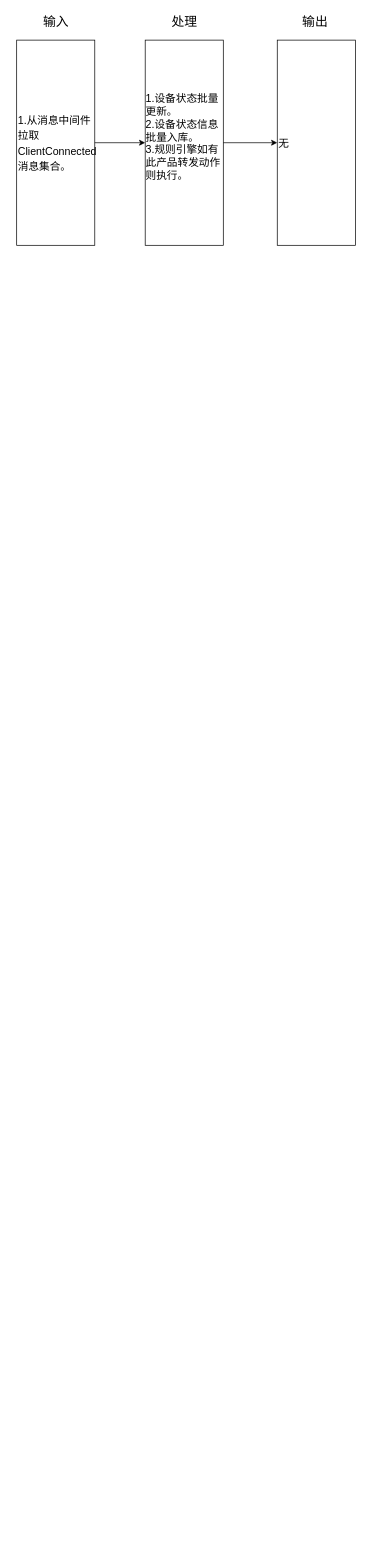
wjwzero/DesignDrawing- keeps this draw.io diagram as WebHookIPO.drawio. Above is the earlier version. Source tidied: cells renumbered, new cells numbered last; positions are measured from the earlier drawing's top-left corner, leaving out a move shared by most shapes. Both pictures are drawn from the tidied source at 71%, with x=0, y=0 at pixel (16, 12).
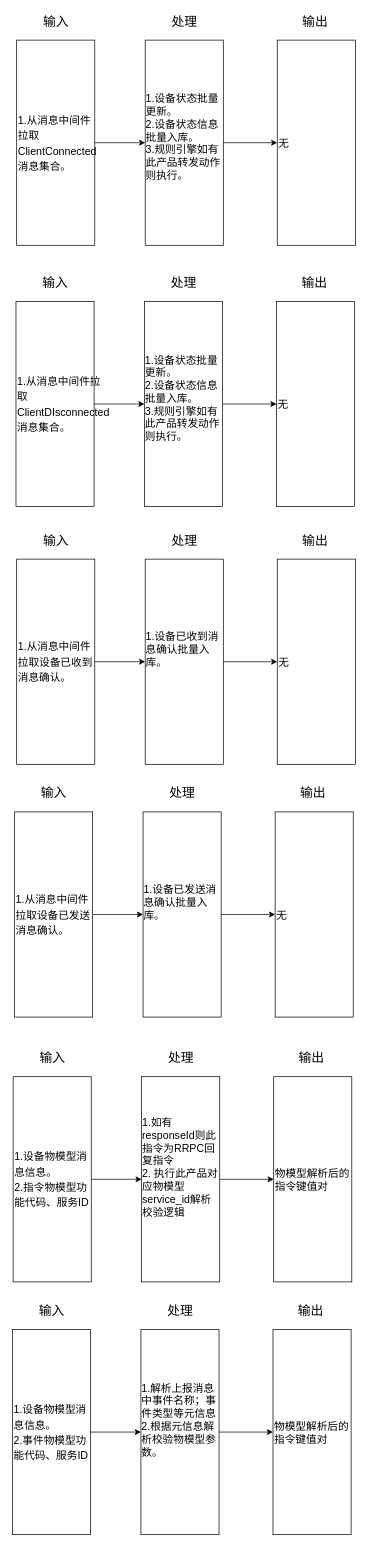
Above is the later version.

Diff of the diagram source:
```diff
@@
+    <mxCell id="14" style="group;" parent="1" vertex="1">
+      <mxGeometry x="-1" y="368" width="477" height="328" as="geometry" />
+    </mxCell>
+    <mxCell id="15" style="group;" parent="14" vertex="1">
+      <mxGeometry x="367" width="110" height="328" as="geometry" />
+    </mxCell>
+    <mxCell id="16" value="无" style="rounded=0;whiteSpace=wrap;html=1;fontSize=15;align=left;" parent="15" vertex="1">
+      <mxGeometry y="39" width="110" height="289" as="geometry" />
+    </mxCell>
+    <mxCell id="17" value="输出" style="text;html=1;align=center;verticalAlign=middle;fontSize=18;" parent="15" vertex="1">
+      <mxGeometry x="30" width="46" height="26" as="geometry" />
+    </mxCell>
+    <mxCell id="18" style="group;" parent="14" vertex="1">
+      <mxGeometry x="181" width="110" height="328" as="geometry" />
+    </mxCell>
+    <mxCell id="19" value="&lt;div style=&quot;text-align: left&quot;&gt;1.设备状态批量更新。&lt;br&gt;2.设备状态信息批量入库。&lt;/div&gt;&lt;div style=&quot;text-align: left&quot;&gt;3.规则引擎如有此产品转发动作则执行。&lt;/div&gt;&lt;div style=&quot;text-align: left&quot;&gt;&lt;br&gt;&lt;/div&gt;" style="rounded=0;whiteSpace=wrap;html=1;fontSize=15;" parent="18" vertex="1">
+      <mxGeometry y="39" width="110" height="289" as="geometry" />
+    </mxCell>
+    <mxCell id="20" value="处理" style="text;html=1;align=center;verticalAlign=middle;fontSize=18;" parent="18" vertex="1">
+      <mxGeometry x="32" width="46" height="26" as="geometry" />
+    </mxCell>
+    <mxCell id="21" style="group;" parent="14" vertex="1">
+      <mxGeometry width="110" height="328" as="geometry" />
+    </mxCell>
+    <mxCell id="22" value="&lt;font style=&quot;font-size: 15px&quot;&gt;1.从消息中间件拉取ClientDIsconnected消息集合。&lt;br&gt;&lt;/font&gt;" style="rounded=0;whiteSpace=wrap;html=1;fontSize=18;align=left;" parent="21" vertex="1">
+      <mxGeometry y="39" width="110" height="289" as="geometry" />
+    </mxCell>
+    <mxCell id="23" value="输入" style="text;html=1;align=center;verticalAlign=middle;fontSize=18;" parent="21" vertex="1">
+      <mxGeometry x="32" width="46" height="26" as="geometry" />
+    </mxCell>
+    <mxCell id="24" style="endArrow=classic;html=1;fontSize=18;exitX=1;exitY=0.5;exitDx=0;exitDy=0;" parent="14" edge="1" source="22" target="19">
+      <mxGeometry relative="1" as="geometry" />
+    </mxCell>
+    <mxCell id="25" style="edgeStyle=orthogonalEdgeStyle;rounded=0;jettySize=auto;html=1;exitX=1;exitY=0.5;exitDx=0;exitDy=0;entryX=0;entryY=0.5;entryDx=0;entryDy=0;endArrow=classic;endFill=1;fontSize=18;" parent="14" edge="1" source="19" target="16">
+      <mxGeometry relative="1" as="geometry" />
+    </mxCell>
+    <mxCell id="26" style="group;" parent="1" vertex="1">
+      <mxGeometry y="731" width="477" height="328" as="geometry" />
+    </mxCell>
+    <mxCell id="27" style="group;" parent="26" vertex="1">
+      <mxGeometry x="367" width="110" height="328" as="geometry" />
+    </mxCell>
+    <mxCell id="28" value="无" style="rounded=0;whiteSpace=wrap;html=1;fontSize=15;align=left;" parent="27" vertex="1">
+      <mxGeometry y="39" width="110" height="289" as="geometry" />
+    </mxCell>
+    <mxCell id="29" value="输出" style="text;html=1;align=center;verticalAlign=middle;fontSize=18;" parent="27" vertex="1">
+      <mxGeometry x="30" width="46" height="26" as="geometry" />
+    </mxCell>
+    <mxCell id="30" style="group;" parent="26" vertex="1">
+      <mxGeometry x="181" width="110" height="328" as="geometry" />
+    </mxCell>
+    <mxCell id="31" value="&lt;div style=&quot;text-align: left&quot;&gt;1.设备已收到消息确认批量入库。&lt;/div&gt;&lt;div style=&quot;text-align: left&quot;&gt;&lt;br&gt;&lt;/div&gt;&lt;div style=&quot;text-align: left&quot;&gt;&lt;br&gt;&lt;/div&gt;" style="rounded=0;whiteSpace=wrap;html=1;fontSize=15;" parent="30" vertex="1">
+      <mxGeometry y="39" width="110" height="289" as="geometry" />
+    </mxCell>
+    <mxCell id="32" value="处理" style="text;html=1;align=center;verticalAlign=middle;fontSize=18;" parent="30" vertex="1">
+      <mxGeometry x="32" width="46" height="26" as="geometry" />
+    </mxCell>
+    <mxCell id="33" style="group;" parent="26" vertex="1">
+      <mxGeometry width="110" height="328" as="geometry" />
+    </mxCell>
+    <mxCell id="34" value="&lt;font style=&quot;font-size: 15px&quot;&gt;1.从消息中间件拉取设备已收到消息确认。&lt;br&gt;&lt;/font&gt;" style="rounded=0;whiteSpace=wrap;html=1;fontSize=18;align=left;" parent="33" vertex="1">
+      <mxGeometry y="39" width="110" height="289" as="geometry" />
+    </mxCell>
+    <mxCell id="35" value="输入" style="text;html=1;align=center;verticalAlign=middle;fontSize=18;" parent="33" vertex="1">
+      <mxGeometry x="32" width="46" height="26" as="geometry" />
+    </mxCell>
+    <mxCell id="36" style="endArrow=classic;html=1;fontSize=18;exitX=1;exitY=0.5;exitDx=0;exitDy=0;" parent="26" edge="1" source="34" target="31">
+      <mxGeometry relative="1" as="geometry" />
+    </mxCell>
+    <mxCell id="37" style="edgeStyle=orthogonalEdgeStyle;rounded=0;jettySize=auto;html=1;exitX=1;exitY=0.5;exitDx=0;exitDy=0;entryX=0;entryY=0.5;entryDx=0;entryDy=0;endArrow=classic;endFill=1;fontSize=18;" parent="26" edge="1" source="31" target="28">
+      <mxGeometry relative="1" as="geometry" />
+    </mxCell>
+    <mxCell id="38" style="group;" parent="1" vertex="1">
+      <mxGeometry x="-3" y="1087" width="477" height="328" as="geometry" />
+    </mxCell>
+    <mxCell id="39" style="group;" parent="38" vertex="1">
+      <mxGeometry x="367" width="110" height="328" as="geometry" />
+    </mxCell>
+    <mxCell id="40" value="无" style="rounded=0;whiteSpace=wrap;html=1;fontSize=15;align=left;" parent="39" vertex="1">
+      <mxGeometry y="39" width="110" height="289" as="geometry" />
+    </mxCell>
+    <mxCell id="41" value="输出" style="text;html=1;align=center;verticalAlign=middle;fontSize=18;" parent="39" vertex="1">
+      <mxGeometry x="30" width="46" height="26" as="geometry" />
+    </mxCell>
+    <mxCell id="42" style="group;" parent="38" vertex="1">
+      <mxGeometry x="181" width="110" height="328" as="geometry" />
+    </mxCell>
+    <mxCell id="43" value="&lt;div style=&quot;text-align: left&quot;&gt;1.设备已发送消息确认批量入库。&lt;/div&gt;&lt;div style=&quot;text-align: left&quot;&gt;&lt;br&gt;&lt;/div&gt;&lt;div style=&quot;text-align: left&quot;&gt;&lt;br&gt;&lt;/div&gt;" style="rounded=0;whiteSpace=wrap;html=1;fontSize=15;" parent="42" vertex="1">
+      <mxGeometry y="39" width="110" height="289" as="geometry" />
+    </mxCell>
+    <mxCell id="44" value="处理" style="text;html=1;align=center;verticalAlign=middle;fontSize=18;" parent="42" vertex="1">
+      <mxGeometry x="32" width="46" height="26" as="geometry" />
+    </mxCell>
+    <mxCell id="45" style="group;" parent="38" vertex="1">
+      <mxGeometry width="110" height="328" as="geometry" />
+    </mxCell>
+    <mxCell id="46" value="&lt;font style=&quot;font-size: 15px&quot;&gt;1.从消息中间件拉取设备已发送消息确认。&lt;br&gt;&lt;/font&gt;" style="rounded=0;whiteSpace=wrap;html=1;fontSize=18;align=left;" parent="45" vertex="1">
+      <mxGeometry y="39" width="110" height="289" as="geometry" />
+    </mxCell>
+    <mxCell id="47" value="输入" style="text;html=1;align=center;verticalAlign=middle;fontSize=18;" parent="45" vertex="1">
+      <mxGeometry x="32" width="46" height="26" as="geometry" />
+    </mxCell>
+    <mxCell id="48" style="endArrow=classic;html=1;fontSize=18;exitX=1;exitY=0.5;exitDx=0;exitDy=0;" parent="38" edge="1" source="46" target="43">
+      <mxGeometry relative="1" as="geometry" />
+    </mxCell>
+    <mxCell id="49" style="edgeStyle=orthogonalEdgeStyle;rounded=0;jettySize=auto;html=1;exitX=1;exitY=0.5;exitDx=0;exitDy=0;entryX=0;entryY=0.5;entryDx=0;entryDy=0;endArrow=classic;endFill=1;fontSize=18;" parent="38" edge="1" source="43" target="40">
+      <mxGeometry relative="1" as="geometry" />
+    </mxCell>
+    <mxCell id="50" style="group;" parent="1" vertex="1">
+      <mxGeometry x="-5" y="1460" width="477" height="328" as="geometry" />
+    </mxCell>
+    <mxCell id="51" style="group;" parent="50" vertex="1">
+      <mxGeometry x="367" width="110" height="328" as="geometry" />
+    </mxCell>
+    <mxCell id="52" value="物模型解析后的指令键值对" style="rounded=0;whiteSpace=wrap;html=1;fontSize=15;align=left;" parent="51" vertex="1">
+      <mxGeometry y="39" width="110" height="289" as="geometry" />
+    </mxCell>
+    <mxCell id="53" value="输出" style="text;html=1;align=center;verticalAlign=middle;fontSize=18;" parent="51" vertex="1">
+      <mxGeometry x="30" width="46" height="26" as="geometry" />
+    </mxCell>
+    <mxCell id="54" style="group;" parent="50" vertex="1">
+      <mxGeometry x="181" width="110" height="328" as="geometry" />
+    </mxCell>
+    <mxCell id="55" value="&lt;div style=&quot;text-align: left&quot;&gt;1.如有responseId则此指令为RRPC回复指令&lt;/div&gt;&lt;div style=&quot;text-align: left&quot;&gt;2. 执行此产品对应物模型service_id解析校验逻辑&lt;/div&gt;&lt;div style=&quot;text-align: left&quot;&gt;&lt;br&gt;&lt;/div&gt;&lt;div style=&quot;text-align: left&quot;&gt;&lt;br&gt;&lt;/div&gt;" style="rounded=0;whiteSpace=wrap;html=1;fontSize=15;" parent="54" vertex="1">
+      <mxGeometry y="39" width="110" height="289" as="geometry" />
+    </mxCell>
+    <mxCell id="56" value="处理" style="text;html=1;align=center;verticalAlign=middle;fontSize=18;" parent="54" vertex="1">
+      <mxGeometry x="32" width="46" height="26" as="geometry" />
+    </mxCell>
+    <mxCell id="57" style="group;" parent="50" vertex="1">
+      <mxGeometry width="110" height="328" as="geometry" />
+    </mxCell>
+    <mxCell id="58" value="&lt;font style=&quot;font-size: 15px&quot;&gt;1.设备物模型消息信息。&lt;br&gt;2.指令物模型功能代码、服务ID&lt;br&gt;&lt;/font&gt;" style="rounded=0;whiteSpace=wrap;html=1;fontSize=18;align=left;" parent="57" vertex="1">
+      <mxGeometry y="39" width="110" height="289" as="geometry" />
+    </mxCell>
+    <mxCell id="59" value="输入" style="text;html=1;align=center;verticalAlign=middle;fontSize=18;" parent="57" vertex="1">
+      <mxGeometry x="32" width="46" height="26" as="geometry" />
+    </mxCell>
+    <mxCell id="60" style="endArrow=classic;html=1;fontSize=18;exitX=1;exitY=0.5;exitDx=0;exitDy=0;" parent="50" edge="1" source="58" target="55">
+      <mxGeometry relative="1" as="geometry" />
+    </mxCell>
+    <mxCell id="61" style="edgeStyle=orthogonalEdgeStyle;rounded=0;jettySize=auto;html=1;exitX=1;exitY=0.5;exitDx=0;exitDy=0;entryX=0;entryY=0.5;entryDx=0;entryDy=0;endArrow=classic;endFill=1;fontSize=18;" parent="50" edge="1" source="55" target="52">
+      <mxGeometry relative="1" as="geometry" />
+    </mxCell>
+    <mxCell id="62" style="group;" parent="1" vertex="1">
+      <mxGeometry x="-6" y="1816" width="477" height="328" as="geometry" />
+    </mxCell>
+    <mxCell id="63" style="group;" parent="62" vertex="1">
+      <mxGeometry x="367" width="110" height="328" as="geometry" />
+    </mxCell>
+    <mxCell id="64" value="物模型解析后的指令键值对" style="rounded=0;whiteSpace=wrap;html=1;fontSize=15;align=left;" parent="63" vertex="1">
+      <mxGeometry y="39" width="110" height="289" as="geometry" />
+    </mxCell>
+    <mxCell id="65" value="输出" style="text;html=1;align=center;verticalAlign=middle;fontSize=18;" parent="63" vertex="1">
+      <mxGeometry x="30" width="46" height="26" as="geometry" />
+    </mxCell>
+    <mxCell id="66" style="group;" parent="62" vertex="1">
+      <mxGeometry x="181" width="110" height="328" as="geometry" />
+    </mxCell>
+    <mxCell id="67" value="&lt;div style=&quot;text-align: left&quot;&gt;1.解析上报消息中事件名称；事件类型等元信息&lt;/div&gt;&lt;div style=&quot;text-align: left&quot;&gt;2.根据元信息解析校验物模型参数。&lt;/div&gt;&lt;div style=&quot;text-align: left&quot;&gt;&lt;br&gt;&lt;/div&gt;&lt;div style=&quot;text-align: left&quot;&gt;&lt;br&gt;&lt;/div&gt;" style="rounded=0;whiteSpace=wrap;html=1;fontSize=15;" parent="66" vertex="1">
+      <mxGeometry y="39" width="110" height="289" as="geometry" />
+    </mxCell>
+    <mxCell id="68" value="处理" style="text;html=1;align=center;verticalAlign=middle;fontSize=18;" parent="66" vertex="1">
+      <mxGeometry x="32" width="46" height="26" as="geometry" />
+    </mxCell>
+    <mxCell id="69" style="group;" parent="62" vertex="1">
+      <mxGeometry width="110" height="328" as="geometry" />
+    </mxCell>
+    <mxCell id="70" value="&lt;font style=&quot;font-size: 15px&quot;&gt;1.设备物模型消息信息。&lt;br&gt;2.事件物模型功能代码、服务ID&lt;br&gt;&lt;/font&gt;" style="rounded=0;whiteSpace=wrap;html=1;fontSize=18;align=left;" parent="69" vertex="1">
+      <mxGeometry y="39" width="110" height="289" as="geometry" />
+    </mxCell>
+    <mxCell id="71" value="输入" style="text;html=1;align=center;verticalAlign=middle;fontSize=18;" parent="69" vertex="1">
+      <mxGeometry x="32" width="46" height="26" as="geometry" />
+    </mxCell>
+    <mxCell id="72" style="endArrow=classic;html=1;fontSize=18;exitX=1;exitY=0.5;exitDx=0;exitDy=0;" parent="62" edge="1" source="70" target="67">
+      <mxGeometry relative="1" as="geometry" />
+    </mxCell>
+    <mxCell id="73" style="edgeStyle=orthogonalEdgeStyle;rounded=0;jettySize=auto;html=1;exitX=1;exitY=0.5;exitDx=0;exitDy=0;entryX=0;entryY=0.5;entryDx=0;entryDy=0;endArrow=classic;endFill=1;fontSize=18;" parent="62" edge="1" source="67" target="64">
+      <mxGeometry relative="1" as="geometry" />
+    </mxCell>
```
